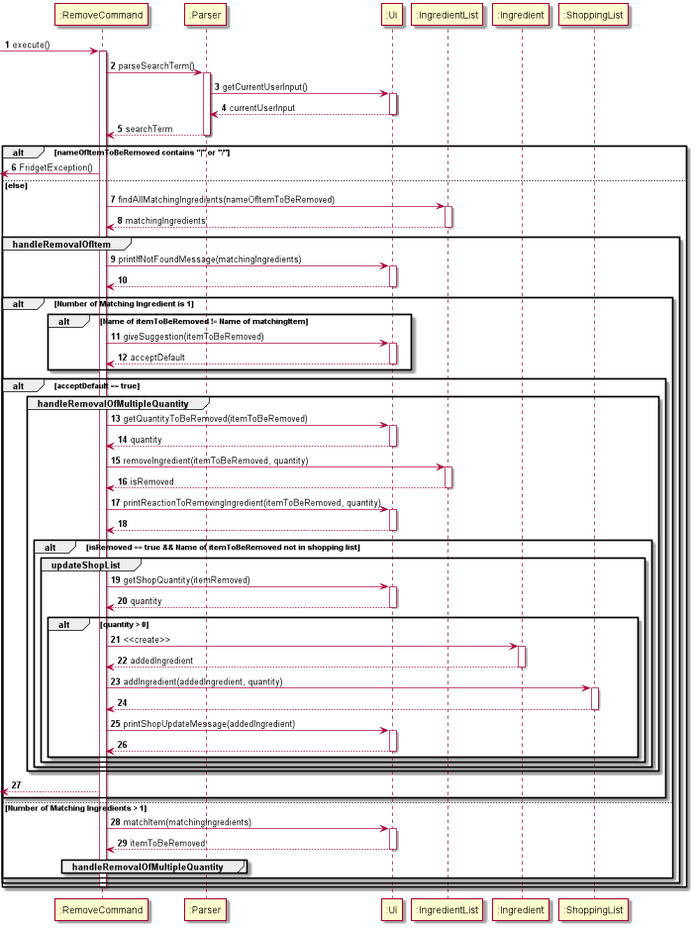
The PlantUML diagram docs/umlDiagrams/RemoveSequence.png in uosjapuelks/tp, before a commit.
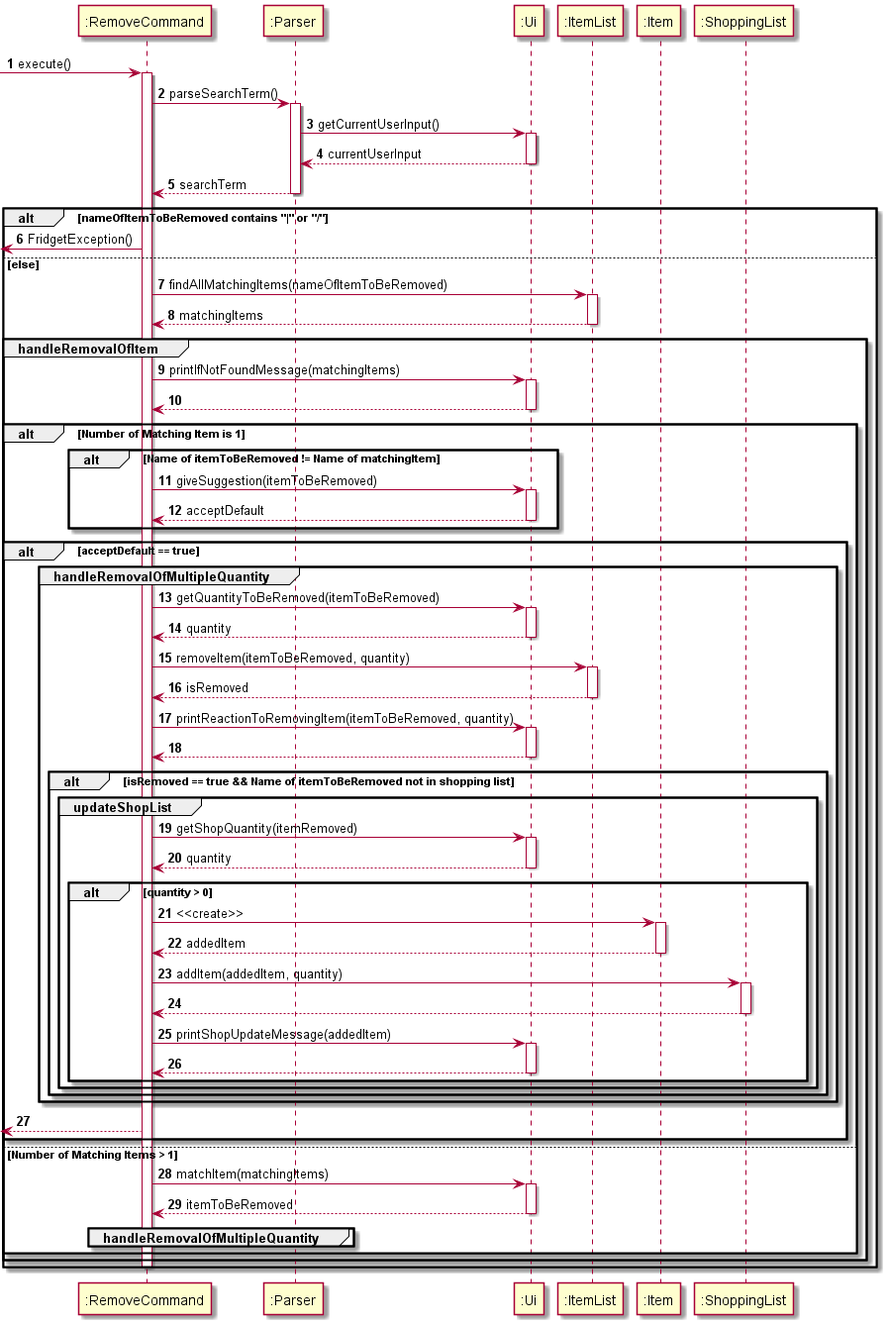
The same file after the commit.

Commit message:
overwrite all diagrams to change ingredient to item.

The edit, as a diff of the source:
```diff
@@ -17,15 +17,15 @@
 
 else else
 
-":RemoveCommand" -> ":IngredientList"++: findAllMatchingIngredients(nameOfItemToBeRemoved)
-":RemoveCommand" <-- ":IngredientList"--: matchingIngredients
+":RemoveCommand" -> ":ItemList"++: findAllMatchingItems(nameOfItemToBeRemoved)
+":RemoveCommand" <-- ":ItemList"--: matchingItems
 
     group handleRemovalOfItem
 
-        ":RemoveCommand" -> ":Ui"++: printIfNotFoundMessage(matchingIngredients)
+        ":RemoveCommand" -> ":Ui"++: printIfNotFoundMessage(matchingItems)
         ":RemoveCommand" <-- ":Ui"--
 
-        alt Number of Matching Ingredient is 1
+        alt Number of Matching Item is 1
 
             alt Name of itemToBeRemoved != Name of matchingItem
                 ":RemoveCommand" -> ":Ui"++: giveSuggestion(itemToBeRemoved)
@@ -39,10 +39,10 @@
                     ":RemoveCommand" -> ":Ui"++: getQuantityToBeRemoved(itemToBeRemoved)
                     ":RemoveCommand" <-- ":Ui"--: quantity
 
-                    ":RemoveCommand" -> ":IngredientList"++: removeIngredient(itemToBeRemoved, quantity)
-                    ":RemoveCommand" <-- ":IngredientList"--: isRemoved
+                    ":RemoveCommand" -> ":ItemList"++: removeItem(itemToBeRemoved, quantity)
+                    ":RemoveCommand" <-- ":ItemList"--: isRemoved
 
-                    ":RemoveCommand" -> ":Ui"++: printReactionToRemovingIngredient(itemToBeRemoved, quantity)
+                    ":RemoveCommand" -> ":Ui"++: printReactionToRemovingItem(itemToBeRemoved, quantity)
                     ":RemoveCommand" <-- ":Ui"--
 
                     alt isRemoved == true && Name of itemToBeRemoved not in shopping list
@@ -53,13 +53,13 @@
                             ":RemoveCommand" <-- ":Ui"--: quantity
 
                             alt quantity > 0
-                                ":RemoveCommand" -> ":Ingredient"++: <<create>>
-                                ":RemoveCommand" <-- ":Ingredient"--: addedIngredient
+                                ":RemoveCommand" -> ":Item"++: <<create>>
+                                ":RemoveCommand" <-- ":Item"--: addedItem
 
-                                ":RemoveCommand" -> ":ShoppingList"++: addIngredient(addedIngredient, quantity)
+                                ":RemoveCommand" -> ":ShoppingList"++: addItem(addedItem, quantity)
                                 ":RemoveCommand" <-- ":ShoppingList"--
 
-                                ":RemoveCommand" -> ":Ui"++: printShopUpdateMessage(addedIngredient)
+                                ":RemoveCommand" -> ":Ui"++: printShopUpdateMessage(addedItem)
                                 ":RemoveCommand" <-- ":Ui"--
                             end
 
@@ -73,9 +73,9 @@
 
             end
 
-        else Number of Matching Ingredients > 1
+        else Number of Matching Items > 1
 
-            ":RemoveCommand" -> ":Ui"++: matchItem(matchingIngredients)
+            ":RemoveCommand" -> ":Ui"++: matchItem(matchingItems)
             ":RemoveCommand" <-- ":Ui"--: itemToBeRemoved
 
             group handleRemovalOfMultipleQuantity
```
